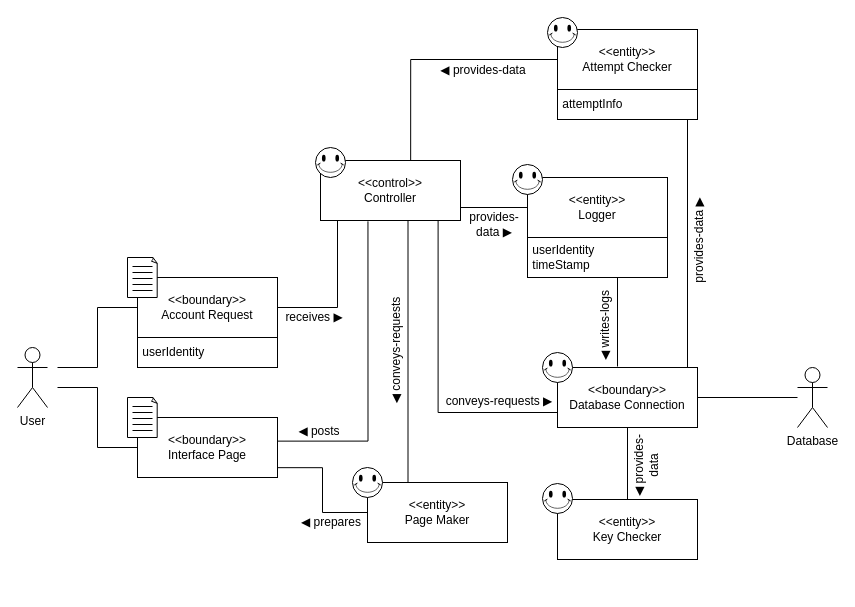
This is docs/DomainModels/diagrams/DM-UC-01.drawio from youngkwon02/Enhanced-library-management, a draw.io file, before an edit. Source tidied: cells renumbered, new cells numbered last; positions are measured from the earlier drawing's top-left corner, leaving out a move shared by most shapes. Both pictures are drawn from the tidied source at 100%, with x=0, y=0 at pixel (17, 17).
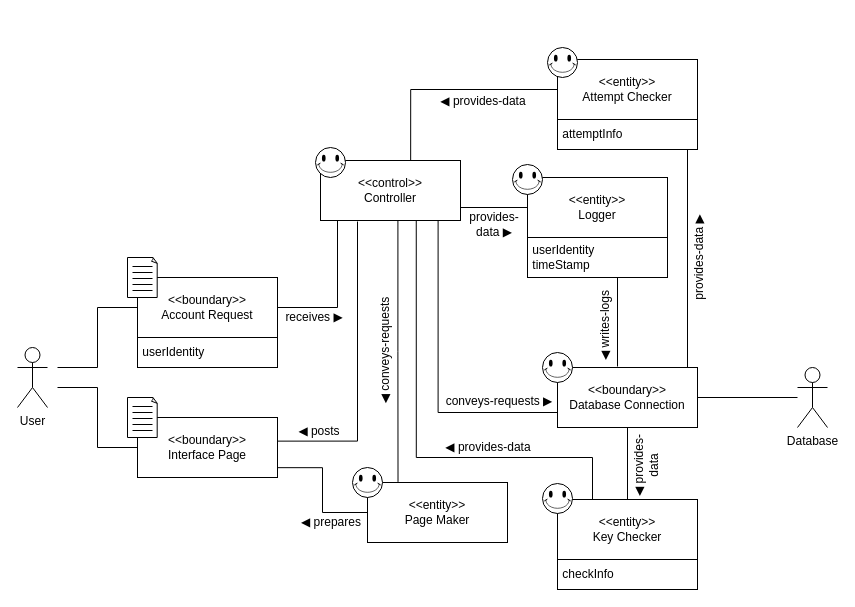
The same page after the edit.

Unchanged cells that the change refers to:
```xml
<mxCell id="7" value="&amp;lt;&amp;lt;control&amp;gt;&amp;gt;&lt;br&gt;Controller" style="rounded=0;whiteSpace=wrap;html=1;" parent="1" vertex="1">
  <mxGeometry x="303" y="143" width="140" height="60" as="geometry" />
</mxCell>
<mxCell id="8" value="&amp;lt;&amp;lt;entity&amp;gt;&amp;gt;&lt;br&gt;Page Maker" style="rounded=0;whiteSpace=wrap;html=1;" parent="1" vertex="1">
  <mxGeometry x="350" y="465" width="140" height="60" as="geometry" />
</mxCell>
<mxCell id="13" value="&amp;lt;&amp;lt;boundary&amp;gt;&amp;gt;&lt;br&gt;Interface Page" style="rounded=0;whiteSpace=wrap;html=1;" parent="1" vertex="1">
  <mxGeometry x="120" y="400" width="140" height="60" as="geometry" />
</mxCell>
<mxCell id="17" value="&amp;lt;&amp;lt;entity&amp;gt;&amp;gt;&lt;br&gt;Key Checker" style="rounded=0;whiteSpace=wrap;html=1;" parent="1" vertex="1">
  <mxGeometry x="540" y="482" width="140" height="60" as="geometry" />
</mxCell>
```

The edit, as a diff of the source:
```diff
@@
-    <mxCell id="4" style="edgeStyle=orthogonalEdgeStyle;rounded=0;jettySize=auto;html=1;exitX=0.625;exitY=1.002;exitDx=0;exitDy=0;entryX=0.287;entryY=0.008;entryDx=0;entryDy=0;entryPerimeter=0;startArrow=none;startFill=0;endArrow=none;endFill=0;exitPerimeter=0;" parent="1" edge="1" source="7" target="8">
-      <mxGeometry relative="1" as="geometry">
-        <Array as="points">
-          <mxPoint x="391" y="467" />
-          <mxPoint x="390" y="467" />
-        </Array>
-      </mxGeometry>
+    <mxCell id="4" style="edgeStyle=orthogonalEdgeStyle;rounded=0;jettySize=auto;html=1;exitX=0.553;exitY=1.005;exitDx=0;exitDy=0;entryX=0.218;entryY=-0.01;entryDx=0;entryDy=0;entryPerimeter=0;startArrow=none;startFill=0;endArrow=none;endFill=0;exitPerimeter=0;" parent="1" edge="1" source="7" target="8">
+      <mxGeometry relative="1" as="geometry" />
     </mxCell>
-    <mxCell id="5" style="edgeStyle=orthogonalEdgeStyle;rounded=0;jettySize=auto;html=1;exitX=0.339;exitY=1.014;exitDx=0;exitDy=0;entryX=1.003;entryY=0.394;entryDx=0;entryDy=0;entryPerimeter=0;startArrow=none;startFill=0;endArrow=none;endFill=0;exitPerimeter=0;" parent="1" edge="1" source="7" target="13">
+    <mxCell id="5" style="edgeStyle=orthogonalEdgeStyle;rounded=0;jettySize=auto;html=1;entryX=1.003;entryY=0.394;entryDx=0;entryDy=0;entryPerimeter=0;startArrow=none;startFill=0;endArrow=none;endFill=0;" parent="1" edge="1" target="13">
       <mxGeometry relative="1" as="geometry">
+        <mxPoint x="340" y="204" as="sourcePoint" />
         <Array as="points">
-          <mxPoint x="351" y="424" />
+          <mxPoint x="340" y="204" />
+          <mxPoint x="340" y="424" />
         </Array>
       </mxGeometry>
     </mxCell>
@@
+    <mxCell id="63" style="edgeStyle=orthogonalEdgeStyle;rounded=0;jettySize=auto;html=1;exitX=0.25;exitY=0;exitDx=0;exitDy=0;entryX=0.684;entryY=0.997;entryDx=0;entryDy=0;entryPerimeter=0;endArrow=none;endFill=0;" parent="1" edge="1" source="17" target="7">
+      <mxGeometry relative="1" as="geometry">
+        <Array as="points">
+          <mxPoint x="575" y="440" />
+          <mxPoint x="399" y="440" />
+        </Array>
+      </mxGeometry>
+    </mxCell>
@@
     <mxCell id="19" style="group;" parent="1" vertex="1">
-      <mxGeometry x="540" y="12" width="140" height="90" as="geometry" />
+      <mxGeometry x="540" y="42" width="140" height="90" as="geometry" />
     </mxCell>
@@
+    <mxCell id="32" style="edgeStyle=orthogonalEdgeStyle;rounded=0;orthogonalLoop=1;jettySize=auto;html=1;startArrow=none;startFill=0;endArrow=none;endFill=0;" parent="19" edge="1">
+      <mxGeometry relative="1" as="geometry">
+        <mxPoint x="130" y="128" as="sourcePoint" />
+        <mxPoint x="130" y="308" as="targetPoint" />
+        <Array as="points">
+          <mxPoint x="130" y="90" />
+          <mxPoint x="130" y="338" />
+        </Array>
+      </mxGeometry>
+    </mxCell>
@@
-    <mxCell id="32" style="edgeStyle=orthogonalEdgeStyle;rounded=0;orthogonalLoop=1;jettySize=auto;html=1;startArrow=none;startFill=0;endArrow=none;endFill=0;" parent="1" edge="1">
-      <mxGeometry relative="1" as="geometry">
-        <mxPoint x="670" y="102" as="sourcePoint" />
-        <mxPoint x="670" y="350" as="targetPoint" />
-        <Array as="points">
-          <mxPoint x="670" y="102" />
-          <mxPoint x="670" y="350" />
-        </Array>
-      </mxGeometry>
-    </mxCell>
@@
     <mxCell id="48" style="verticalLabelPosition=bottom;verticalAlign=top;html=1;shape=mxgraph.basic.smiley;" parent="1" vertex="1">
-      <mxGeometry x="530" width="30" height="30" as="geometry" />
+      <mxGeometry x="530" y="30" width="30" height="30" as="geometry" />
     </mxCell>
@@
     <mxCell id="52" value="◀ conveys-requests" style="text;html=1;strokeColor=none;fillColor=none;align=center;verticalAlign=middle;whiteSpace=wrap;rounded=0;rotation=-90;" parent="1" vertex="1">
-      <mxGeometry x="314" y="323" width="130" height="20" as="geometry" />
+      <mxGeometry x="303" y="323" width="130" height="20" as="geometry" />
     </mxCell>
@@
     <mxCell id="57" value="provides-data ▶" style="text;html=1;strokeColor=none;fillColor=none;align=center;verticalAlign=middle;whiteSpace=wrap;rounded=0;rotation=-90;" parent="1" vertex="1">
-      <mxGeometry x="617" y="213" width="130" height="20" as="geometry" />
+      <mxGeometry x="617" y="230" width="130" height="20" as="geometry" />
     </mxCell>
@@
     <mxCell id="59" value="◀ provides-data" style="text;html=1;strokeColor=none;fillColor=none;align=center;verticalAlign=middle;whiteSpace=wrap;rounded=0;rotation=0;" parent="1" vertex="1">
-      <mxGeometry x="401" y="43" width="130" height="20" as="geometry" />
+      <mxGeometry x="401" y="74" width="130" height="20" as="geometry" />
     </mxCell>
@@
+    <mxCell id="64" value="◀ provides-data" style="text;html=1;strokeColor=none;fillColor=none;align=center;verticalAlign=middle;whiteSpace=wrap;rounded=0;rotation=0;" parent="1" vertex="1">
+      <mxGeometry x="406" y="420" width="130" height="20" as="geometry" />
+    </mxCell>
+    <mxCell id="65" value="&amp;nbsp;checkInfo" style="rounded=0;whiteSpace=wrap;html=1;align=left;" parent="1" vertex="1">
+      <mxGeometry x="540" y="542" width="140" height="30" as="geometry" />
+    </mxCell>
```
